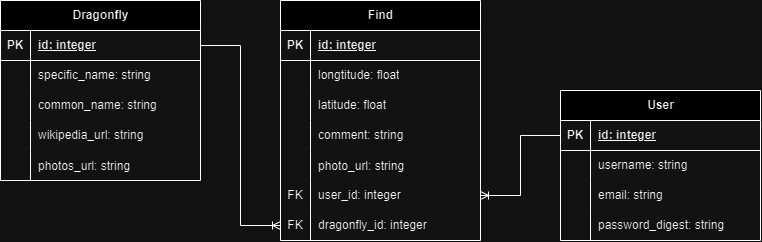
This is media/db_scheme.png from sueta1995/CourseWork_TRPS, a draw.io export, as it was before one commit. Source tidied: cells renumbered, new cells last; positions are measured from the earlier drawing's top-left corner, leaving out a move shared by most shapes.
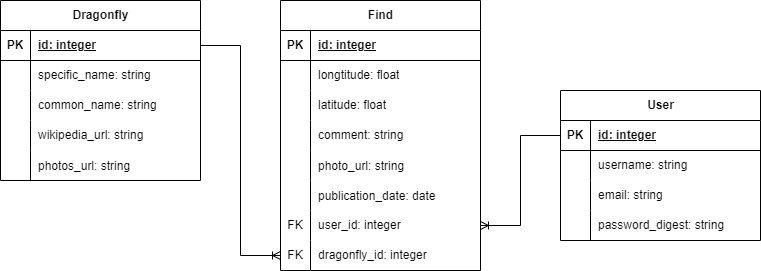
After the commit.

Commit message:
Изменена схема модели

What changed in the source:
```diff
@@ -3,7 +3,7 @@
     <mxCell id="0" />
     <mxCell id="1" parent="0" />
     <mxCell id="2" value="Find" style="shape=table;startSize=30;rowLines=0;fontStyle=1;align=center;html=1;" parent="1" vertex="1">
-      <mxGeometry x="280" width="200" height="240" as="geometry" />
+      <mxGeometry x="280" width="200" height="270" as="geometry" />
     </mxCell>
     <mxCell id="3" style="shape=tableRow;horizontal=0;startSize=0;swimlaneHead=0;swimlaneBody=0;fillColor=none;top=0;left=0;right=0;bottom=1;" parent="2" vertex="1">
       <mxGeometry y="30" width="200" height="30" as="geometry" />
@@ -50,8 +50,17 @@
     <mxCell id="17" value="photo_url: string" style="shape=partialRectangle;fillColor=none;top=0;left=0;bottom=0;right=0;align=left;spacingLeft=6;overflow=hidden;" parent="15" vertex="1">
       <mxGeometry x="30" width="170" height="30" as="geometry" />
     </mxCell>
+    <mxCell id="55" style="shape=tableRow;horizontal=0;startSize=0;swimlaneHead=0;swimlaneBody=0;fillColor=none;top=0;left=0;right=0;bottom=0;" parent="2" vertex="1">
+      <mxGeometry y="180" width="200" height="30" as="geometry" />
+    </mxCell>
+    <mxCell id="56" style="shape=partialRectangle;fillColor=none;top=0;left=0;bottom=0;right=0;overflow=hidden;" parent="55" vertex="1">
+      <mxGeometry width="30" height="30" as="geometry" />
+    </mxCell>
+    <mxCell id="57" value="publication_date: date" style="shape=partialRectangle;fillColor=none;top=0;left=0;bottom=0;right=0;align=left;spacingLeft=6;overflow=hidden;" parent="55" vertex="1">
+      <mxGeometry x="30" width="170" height="30" as="geometry" />
+    </mxCell>
     <mxCell id="18" style="shape=tableRow;horizontal=0;startSize=0;swimlaneHead=0;swimlaneBody=0;fillColor=none;points=[[0,0.5],[1,0.5]];portConstraint=eastwest;top=0;left=0;right=0;bottom=0;" parent="2" vertex="1">
-      <mxGeometry y="180" width="200" height="30" as="geometry" />
+      <mxGeometry y="210" width="200" height="30" as="geometry" />
     </mxCell>
     <mxCell id="19" value="FK" style="shape=partialRectangle;fillColor=none;top=0;left=0;bottom=0;right=0;fontStyle=0;overflow=hidden;whiteSpace=wrap;html=1;" parent="18" vertex="1">
       <mxGeometry width="30" height="30" as="geometry" />
@@ -60,7 +69,7 @@
       <mxGeometry x="30" width="170" height="30" as="geometry" />
     </mxCell>
     <mxCell id="21" style="shape=tableRow;horizontal=0;startSize=0;swimlaneHead=0;swimlaneBody=0;fillColor=none;points=[[0,0.5],[1,0.5]];portConstraint=eastwest;top=0;left=0;right=0;bottom=0;" parent="2" vertex="1">
-      <mxGeometry y="210" width="200" height="30" as="geometry" />
+      <mxGeometry y="240" width="200" height="30" as="geometry" />
     </mxCell>
     <mxCell id="22" value="FK" style="shape=partialRectangle;fillColor=none;top=0;left=0;bottom=0;right=0;fontStyle=0;overflow=hidden;whiteSpace=wrap;html=1;" parent="21" vertex="1">
       <mxGeometry width="30" height="30" as="geometry" />
```
